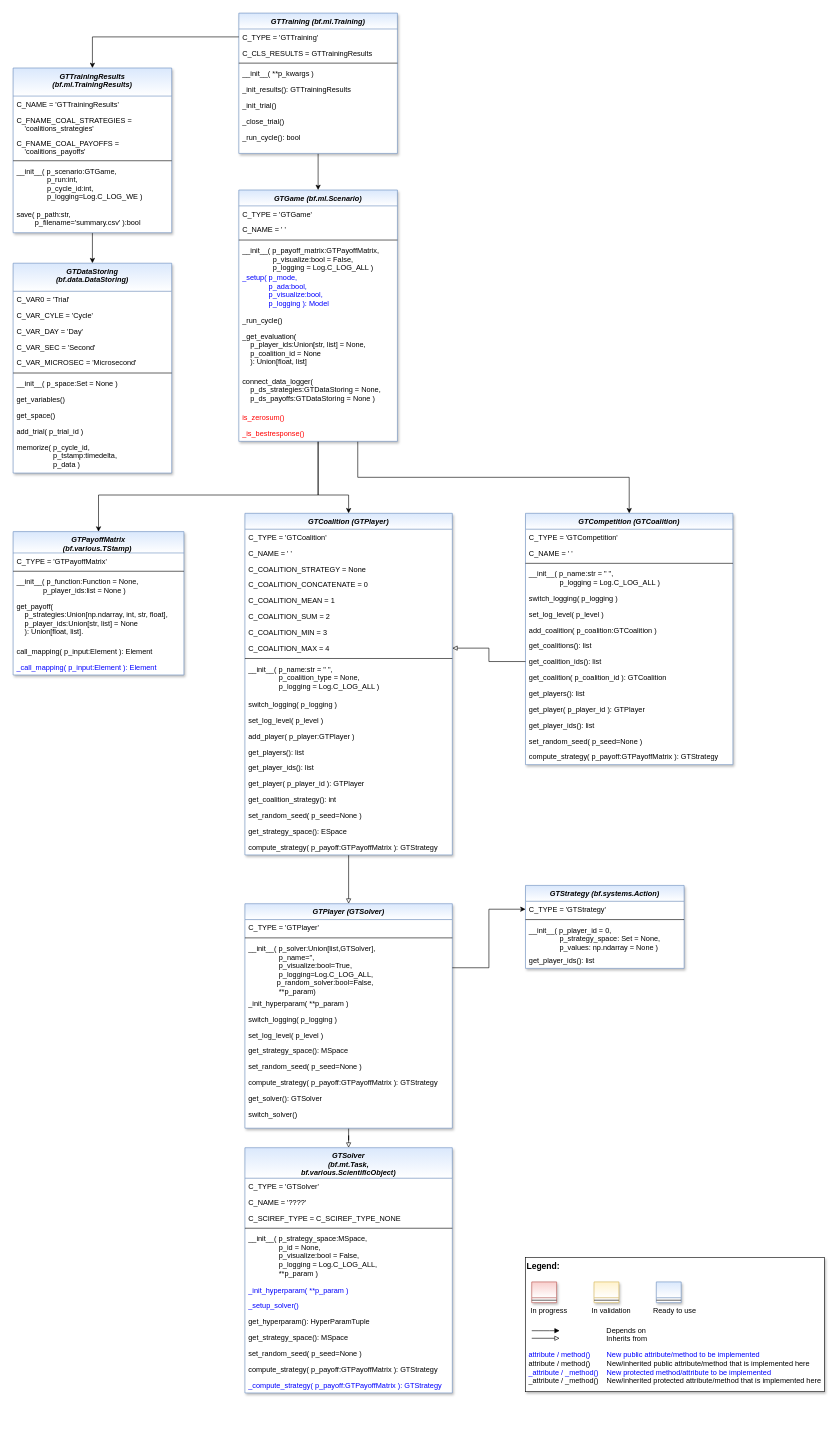
Above: doc/rtd/content/04_appendices/appendix2/sub/core/mlpro_gt/images/MLPro-GT-Native_class_diagram.drawio in fhswf/MLPro (draw.io), before the change. Source tidied: cells renumbered, new cells numbered last; positions are measured from the earlier drawing's top-left corner, leaving out a move shared by most shapes. Both pictures are drawn from the tidied source at 61%, with x=0, y=0 at pixel (13, 13).
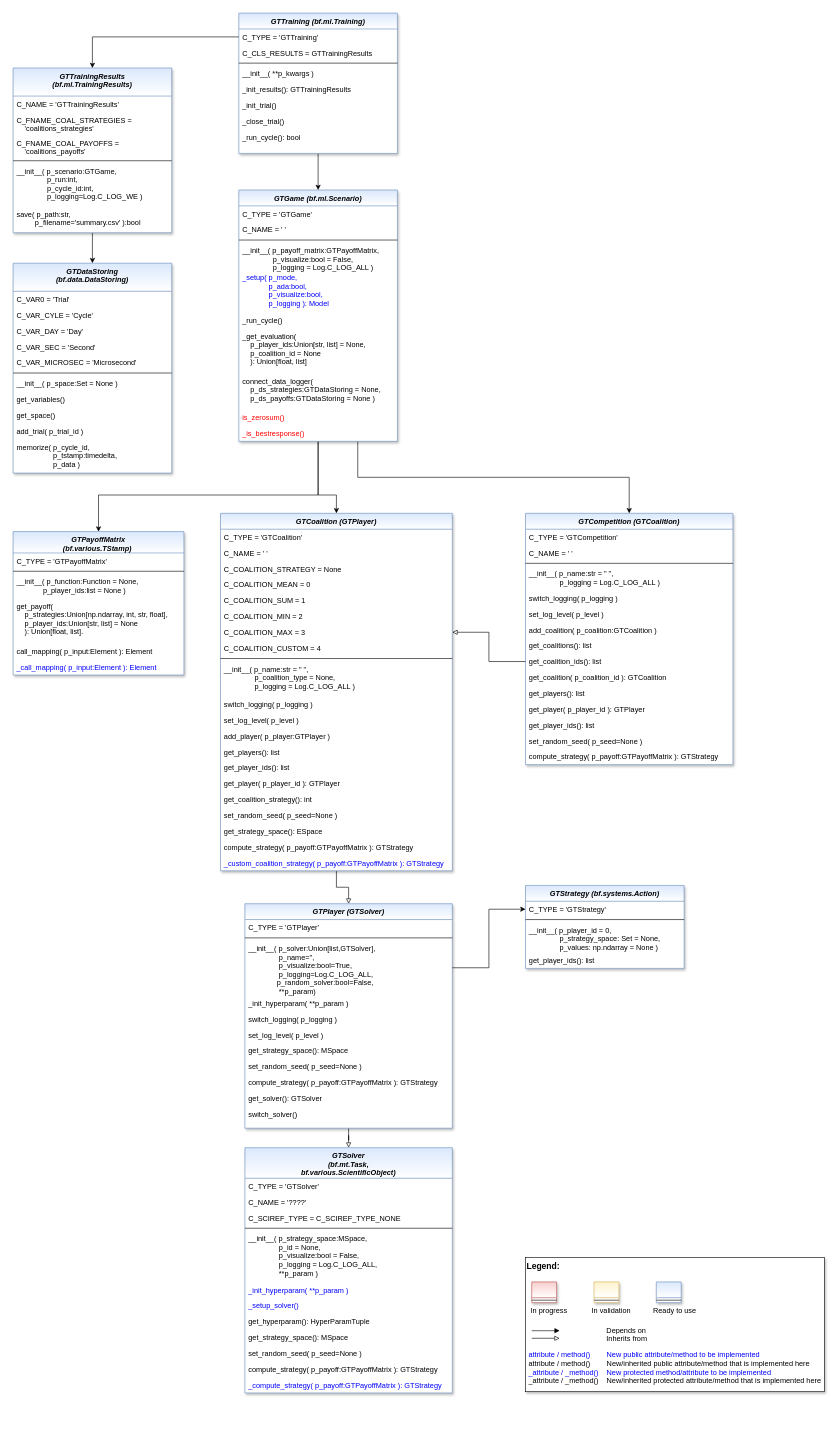
The same page after the edit.

Commit message (it also covers changes not shown here):
GT: Detecting Best Response #775

Unchanged cells that the change refers to:
```xml
<mxCell id="15" value="GTGame (bf.ml.Scenario)" style="swimlane;fontStyle=3;align=center;verticalAlign=top;horizontal=1;startSize=26;rounded=0;shadow=1;strokeWidth=1;fillColor=#dae8fc;strokeColor=#6c8ebf;swimlaneFillColor=#ffffff;gradientColor=#FFFFFF;" parent="1" vertex="1">
  <mxGeometry x="370" y="290" width="260" height="412" as="geometry" />
</mxCell>
```

Diff of the diagram source:
```diff
@@
     <mxCell id="12" style="edgeStyle=orthogonalEdgeStyle;rounded=0;jettySize=auto;html=1;exitX=0.5;exitY=1;exitDx=0;exitDy=0;strokeColor=#000000;fontSize=12;fontColor=#FF0000;entryX=0.5;entryY=0;entryDx=0;entryDy=0;" parent="1" edge="1" source="15" target="45">
       <mxGeometry relative="1" as="geometry">
         <Array as="points">
           <mxPoint x="500" y="790" />
-          <mxPoint x="550" y="790" />
+          <mxPoint x="530" y="790" />
         </Array>
       </mxGeometry>
     </mxCell>
@@
     <mxCell id="45" value="GTCoalition (GTPlayer)" style="swimlane;fontStyle=3;align=center;verticalAlign=top;horizontal=1;startSize=26;rounded=0;shadow=1;strokeWidth=1;fillColor=#dae8fc;strokeColor=#6c8ebf;swimlaneFillColor=#ffffff;gradientColor=#FFFFFF;" parent="1" vertex="1">
-      <mxGeometry x="380" y="820" width="340" height="560" as="geometry" />
+      <mxGeometry x="340" y="820" width="380" height="586" as="geometry" />
     </mxCell>
     <mxCell id="46" value="C_TYPE = 'GTCoalition'" style="text;align=left;verticalAlign=top;spacingLeft=4;spacingRight=4;overflow=hidden;" parent="45" vertex="1">
-      <mxGeometry y="26" width="340" height="26" as="geometry" />
+      <mxGeometry y="26" width="380" height="26" as="geometry" />
     </mxCell>
     <mxCell id="47" value="C_NAME = ' '" style="text;align=left;verticalAlign=top;spacingLeft=4;spacingRight=4;overflow=hidden;" parent="45" vertex="1">
-      <mxGeometry y="52" width="340" height="26" as="geometry" />
+      <mxGeometry y="52" width="380" height="26" as="geometry" />
     </mxCell>
     <mxCell id="48" value="C_COALITION_STRATEGY = None" style="text;align=left;verticalAlign=top;spacingLeft=4;spacingRight=4;overflow=hidden;" parent="45" vertex="1">
-      <mxGeometry y="78" width="340" height="26" as="geometry" />
+      <mxGeometry y="78" width="380" height="26" as="geometry" />
     </mxCell>
-    <mxCell id="49" value="C_COALITION_CONCATENATE = 0" style="text;align=left;verticalAlign=top;spacingLeft=4;spacingRight=4;overflow=hidden;" parent="45" vertex="1">
-      <mxGeometry y="104" width="340" height="26" as="geometry" />
-    </mxCell>
-    <mxCell id="50" value="C_COALITION_MEAN = 1" style="text;align=left;verticalAlign=top;spacingLeft=4;spacingRight=4;overflow=hidden;" parent="45" vertex="1">
-      <mxGeometry y="130" width="340" height="26" as="geometry" />
+    <mxCell id="50" value="C_COALITION_MEAN = 0" style="text;align=left;verticalAlign=top;spacingLeft=4;spacingRight=4;overflow=hidden;" parent="45" vertex="1">
+      <mxGeometry y="104" width="380" height="26" as="geometry" />
     </mxCell>
-    <mxCell id="51" value="C_COALITION_SUM = 2" style="text;align=left;verticalAlign=top;spacingLeft=4;spacingRight=4;overflow=hidden;" parent="45" vertex="1">
-      <mxGeometry y="156" width="340" height="26" as="geometry" />
+    <mxCell id="51" value="C_COALITION_SUM = 1" style="text;align=left;verticalAlign=top;spacingLeft=4;spacingRight=4;overflow=hidden;" parent="45" vertex="1">
+      <mxGeometry y="130" width="380" height="26" as="geometry" />
     </mxCell>
-    <mxCell id="52" value="C_COALITION_MIN = 3" style="text;align=left;verticalAlign=top;spacingLeft=4;spacingRight=4;overflow=hidden;" parent="45" vertex="1">
-      <mxGeometry y="182" width="340" height="26" as="geometry" />
+    <mxCell id="52" value="C_COALITION_MIN = 2" style="text;align=left;verticalAlign=top;spacingLeft=4;spacingRight=4;overflow=hidden;" parent="45" vertex="1">
+      <mxGeometry y="156" width="380" height="26" as="geometry" />
     </mxCell>
-    <mxCell id="53" value="C_COALITION_MAX = 4" style="text;align=left;verticalAlign=top;spacingLeft=4;spacingRight=4;overflow=hidden;points=[[0,0.5],[1,0.5]];portConstraint=eastwest;" parent="45" vertex="1">
-      <mxGeometry y="208" width="340" height="26" as="geometry" />
+    <mxCell id="53" value="C_COALITION_MAX = 3" style="text;align=left;verticalAlign=top;spacingLeft=4;spacingRight=4;overflow=hidden;points=[[0,0.5],[1,0.5]];portConstraint=eastwest;" parent="45" vertex="1">
+      <mxGeometry y="182" width="380" height="26" as="geometry" />
     </mxCell>
+    <mxCell id="49" value="C_COALITION_CUSTOM = 4" style="text;align=left;verticalAlign=top;spacingLeft=4;spacingRight=4;overflow=hidden;" parent="45" vertex="1">
+      <mxGeometry y="208" width="380" height="26" as="geometry" />
+    </mxCell>
     <mxCell id="54" style="line;html=1;strokeWidth=1;align=left;verticalAlign=middle;spacingTop=-1;spacingLeft=3;spacingRight=3;labelPosition=right;" parent="45" vertex="1">
-      <mxGeometry y="234" width="340" height="8" as="geometry" />
+      <mxGeometry y="234" width="380" height="8" as="geometry" />
     </mxCell>
     <mxCell id="55" value="__init__( p_name:str = &quot; &quot;,&#10;               p_coalition_type = None,&#10;               p_logging = Log.C_LOG_ALL )" style="text;align=left;verticalAlign=top;spacingLeft=4;spacingRight=4;overflow=hidden;fontColor=#000000;strokeColor=none;dashed=1;" parent="45" vertex="1">
-      <mxGeometry y="242" width="340" height="58" as="geometry" />
+      <mxGeometry y="242" width="380" height="58" as="geometry" />
     </mxCell>
     <mxCell id="56" value="switch_logging( p_logging )" style="text;align=left;verticalAlign=top;spacingLeft=4;spacingRight=4;overflow=hidden;" parent="45" vertex="1">
-      <mxGeometry y="300" width="340" height="26" as="geometry" />
+      <mxGeometry y="300" width="380" height="26" as="geometry" />
     </mxCell>
     <mxCell id="57" value="set_log_level( p_level )" style="text;align=left;verticalAlign=top;spacingLeft=4;spacingRight=4;overflow=hidden;" parent="45" vertex="1">
-      <mxGeometry y="326" width="340" height="26" as="geometry" />
+      <mxGeometry y="326" width="380" height="26" as="geometry" />
     </mxCell>
     <mxCell id="58" value="add_player( p_player:GTPlayer )" style="text;align=left;verticalAlign=top;spacingLeft=4;spacingRight=4;overflow=hidden;" parent="45" vertex="1">
-      <mxGeometry y="352" width="340" height="26" as="geometry" />
+      <mxGeometry y="352" width="380" height="26" as="geometry" />
     </mxCell>
     <mxCell id="59" value="get_players(): list" style="text;align=left;verticalAlign=top;spacingLeft=4;spacingRight=4;overflow=hidden;" parent="45" vertex="1">
-      <mxGeometry y="378" width="340" height="26" as="geometry" />
+      <mxGeometry y="378" width="380" height="26" as="geometry" />
     </mxCell>
     <mxCell id="60" value="get_player_ids(): list" style="text;align=left;verticalAlign=top;spacingLeft=4;spacingRight=4;overflow=hidden;" parent="45" vertex="1">
-      <mxGeometry y="404" width="340" height="26" as="geometry" />
+      <mxGeometry y="404" width="380" height="26" as="geometry" />
     </mxCell>
     <mxCell id="61" value="get_player( p_player_id ): GTPlayer" style="text;align=left;verticalAlign=top;spacingLeft=4;spacingRight=4;overflow=hidden;" parent="45" vertex="1">
-      <mxGeometry y="430" width="340" height="26" as="geometry" />
+      <mxGeometry y="430" width="380" height="26" as="geometry" />
     </mxCell>
     <mxCell id="62" value="get_coalition_strategy(): int" style="text;align=left;verticalAlign=top;spacingLeft=4;spacingRight=4;overflow=hidden;" parent="45" vertex="1">
-      <mxGeometry y="456" width="340" height="26" as="geometry" />
+      <mxGeometry y="456" width="380" height="26" as="geometry" />
     </mxCell>
     <mxCell id="63" value="set_random_seed( p_seed=None )" style="text;align=left;verticalAlign=top;spacingLeft=4;spacingRight=4;overflow=hidden;" parent="45" vertex="1">
-      <mxGeometry y="482" width="340" height="26" as="geometry" />
+      <mxGeometry y="482" width="380" height="26" as="geometry" />
     </mxCell>
     <mxCell id="64" value="get_strategy_space(): ESpace" style="text;align=left;verticalAlign=top;spacingLeft=4;spacingRight=4;overflow=hidden;" parent="45" vertex="1">
-      <mxGeometry y="508" width="340" height="26" as="geometry" />
+      <mxGeometry y="508" width="380" height="26" as="geometry" />
     </mxCell>
     <mxCell id="65" value="compute_strategy( p_payoff:GTPayoffMatrix ): GTStrategy" style="text;align=left;verticalAlign=top;spacingLeft=4;spacingRight=4;overflow=hidden;" parent="45" vertex="1">
-      <mxGeometry y="534" width="340" height="26" as="geometry" />
+      <mxGeometry y="534" width="380" height="26" as="geometry" />
     </mxCell>
+    <mxCell id="135" value="_custom_coalition_strategy( p_payoff:GTPayoffMatrix ): GTStrategy" style="text;align=left;verticalAlign=top;spacingLeft=4;spacingRight=4;overflow=hidden;fontColor=#0000FF;" parent="45" vertex="1">
+      <mxGeometry y="560" width="380" height="26" as="geometry" />
+    </mxCell>
```
